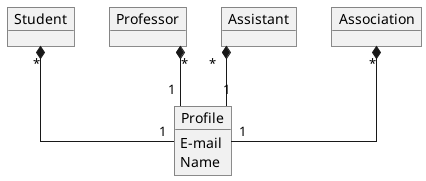
Earlier version of the PlantUML export uml.png (Arkanthara/software_engineering). The source it was exported from:
```plantuml
@startuml
skinparam linetype ortho
object Student
object Professor
object Assistant
object Association

object Profile {
	E-mail
	Name
}

Student "*" *-- "1" Profile
Professor "*" *-- "1" Profile
Assistant "*" *-- "1" Profile
Association "*" *-- "1" Profile

@enduml
```
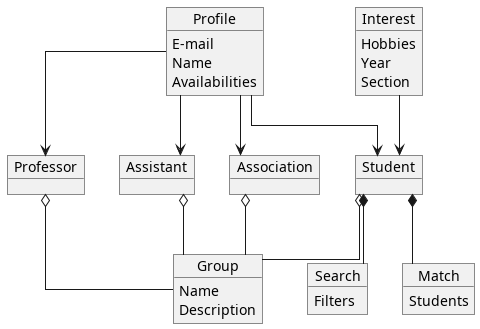
The same diagram one commit later.

Diff of the diagram source:
```diff
@@ -8,11 +8,42 @@
 object Profile {
 	E-mail
 	Name
+	Availabilities
 }
 
-Student "*" *-- "1" Profile
-Professor "*" *-- "1" Profile
-Assistant "*" *-- "1" Profile
-Association "*" *-- "1" Profile
+Profile --> Student
+Profile --> Association
+Profile --> Assistant
+Profile --> Professor
+
+object Group {
+	Name
+	Description
+}
+
+
+object Interest {
+	Hobbies
+	Year
+	Section
+}
+
+Interest --> Student
+
+Student o-- Group
+Assistant o-- Group
+Professor o-- Group
+Association o-- Group
+
+object Search {
+	Filters
+}
+
+object Match {
+	Students
+}
+
+Student *-- Search
+Student *-- Match
 
 @enduml
```
